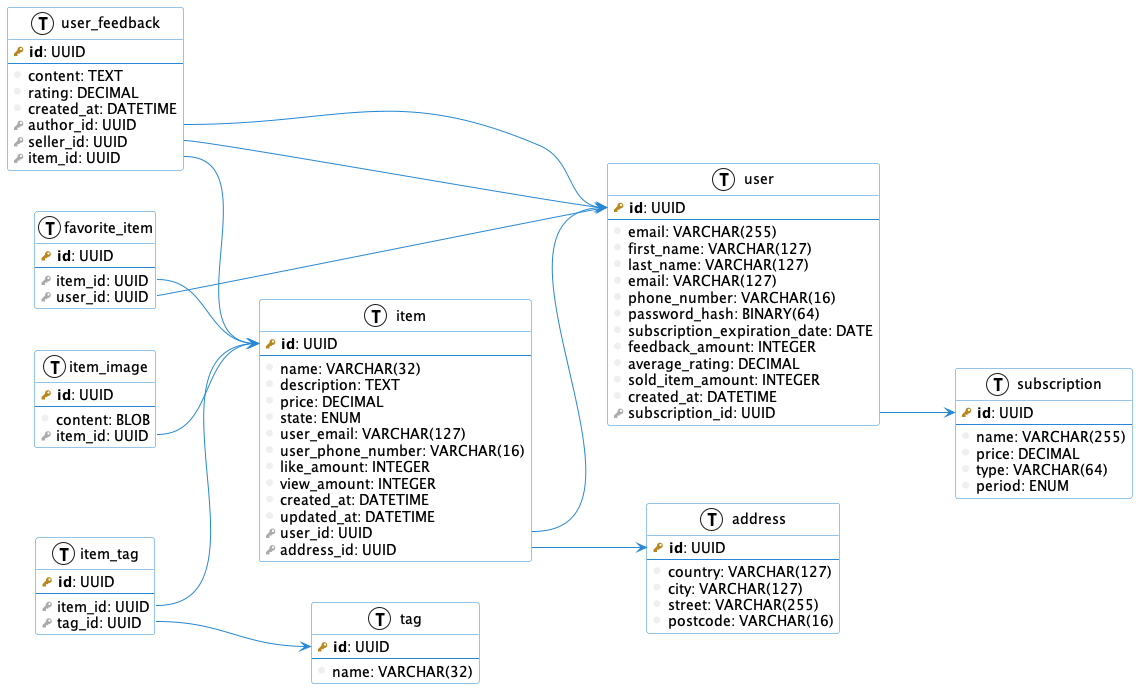
The PlantUML diagram images/db.png in danilshvalov/databases-lab, before a commit.
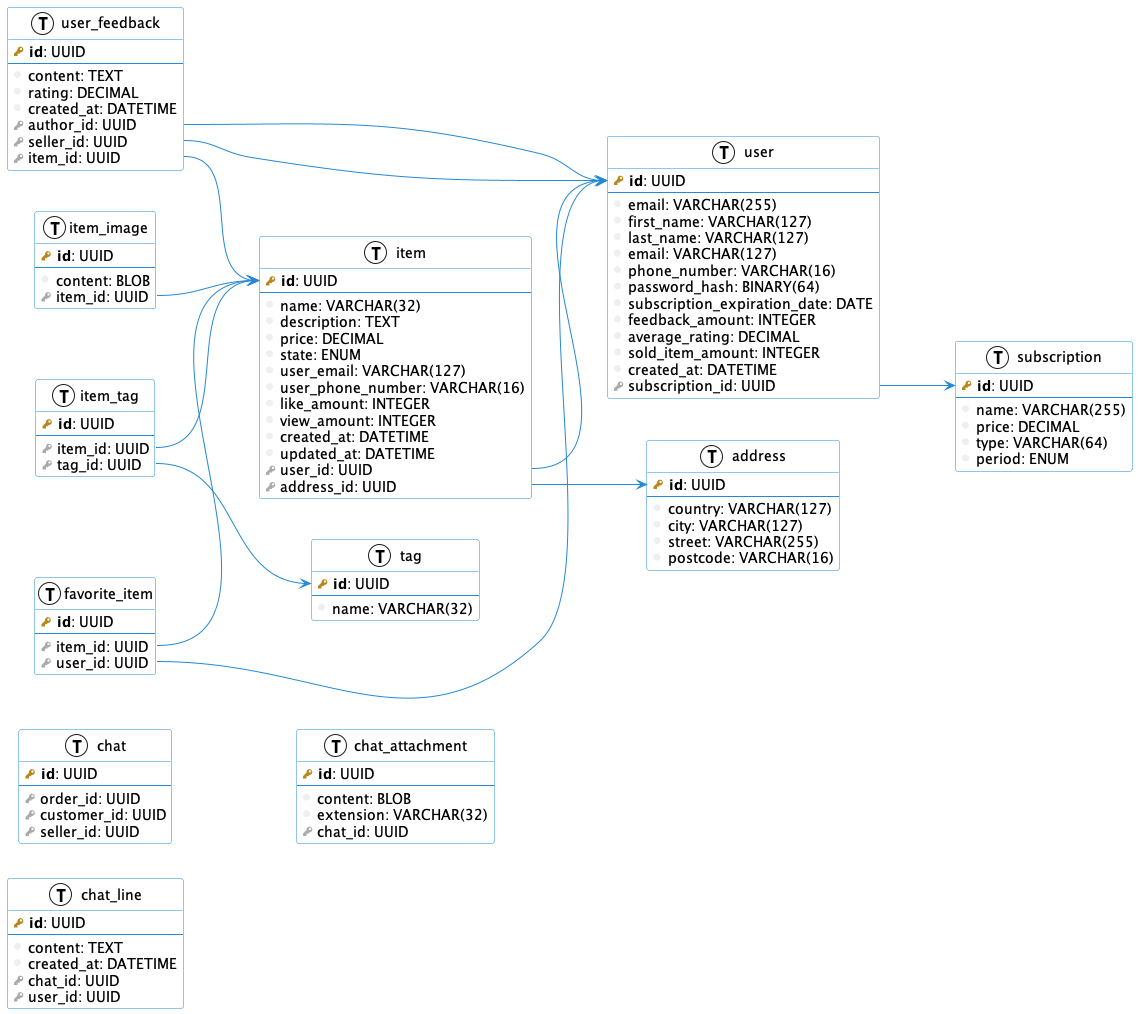
The same file after the commit.

The edit, as a diff of the source:
```diff
@@ -122,4 +122,29 @@
 favorite_item::item_id --> item::id
 favorite_item::user_id --> user::id
 
+table(chat) {
+    primary_key(id): UUID
+    --
+    foreign_key(order_id): UUID
+    foreign_key(customer_id): UUID
+    foreign_key(seller_id): UUID
+}
+
+table(chat_line) {
+    primary_key(id): UUID
+    --
+    column(content): TEXT
+    column(created_at): DATETIME
+    foreign_key(chat_id): UUID
+    foreign_key(user_id): UUID
+}
+
+table(chat_attachment) {
+    primary_key(id): UUID
+    --
+    column(content): BLOB
+    column(extension): VARCHAR(32)
+    foreign_key(chat_id): UUID
+}
+
 @enduml
```
